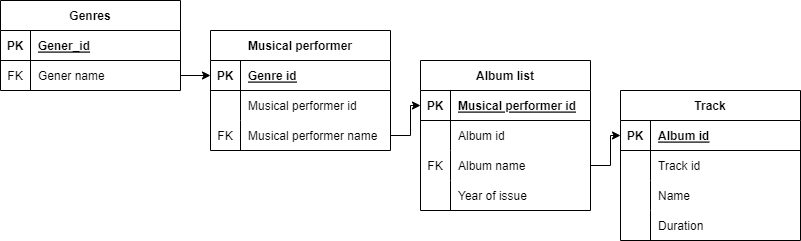
The draw.io diagram Music site.drawio.png in VadimRoziznan/Music-site, before a commit. Source tidied: cells renumbered, new cells last; positions are measured from the earlier drawing's top-left corner, leaving out a move shared by most shapes.
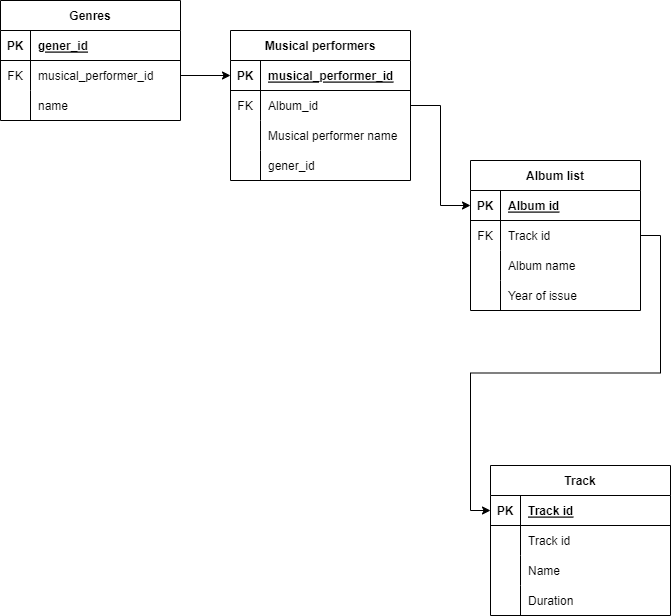
Later version of the same file.

The edit, as a diff of the source:
```diff
@@ -3,7 +3,7 @@
     <mxCell id="0" />
     <mxCell id="1" parent="0" />
     <mxCell id="2" value="Genres" style="shape=table;startSize=30;rowLines=0;fontStyle=1;align=center;" parent="1" vertex="1">
-      <mxGeometry width="180" height="90" as="geometry" />
+      <mxGeometry width="180" height="120" as="geometry" />
     </mxCell>
     <mxCell id="3" style="shape=tableRow;horizontal=0;startSize=0;swimlaneHead=0;swimlaneBody=0;fillColor=none;top=0;left=0;right=0;bottom=1;" parent="2" vertex="1">
       <mxGeometry y="30" width="180" height="30" as="geometry" />
@@ -11,7 +11,7 @@
     <mxCell id="4" value="PK" style="shape=partialRectangle;fillColor=none;top=0;left=0;bottom=0;right=0;fontStyle=1;overflow=hidden;" parent="3" vertex="1">
       <mxGeometry width="30" height="30" as="geometry" />
     </mxCell>
-    <mxCell id="5" value="Gener_id" style="shape=partialRectangle;fillColor=none;top=0;left=0;bottom=0;right=0;align=left;spacingLeft=6;fontStyle=5;overflow=hidden;" parent="3" vertex="1">
+    <mxCell id="5" value="gener_id" style="shape=partialRectangle;fillColor=none;top=0;left=0;bottom=0;right=0;align=left;spacingLeft=6;fontStyle=5;overflow=hidden;" parent="3" vertex="1">
       <mxGeometry x="30" width="150" height="30" as="geometry" />
     </mxCell>
     <mxCell id="6" style="shape=tableRow;horizontal=0;startSize=0;swimlaneHead=0;swimlaneBody=0;fillColor=none;points=[[0,0.5],[1,0.5]];portConstraint=eastwest;top=0;left=0;right=0;bottom=0;" parent="2" vertex="1">
@@ -20,11 +20,20 @@
     <mxCell id="7" value="FK" style="shape=partialRectangle;fillColor=none;top=0;left=0;bottom=0;right=0;overflow=hidden;" parent="6" vertex="1">
       <mxGeometry width="30" height="30" as="geometry" />
     </mxCell>
-    <mxCell id="8" value="Gener name" style="shape=partialRectangle;fillColor=none;top=0;left=0;bottom=0;right=0;align=left;spacingLeft=6;overflow=hidden;" parent="6" vertex="1">
+    <mxCell id="8" value="musical_performer_id" style="shape=partialRectangle;fillColor=none;top=0;left=0;bottom=0;right=0;align=left;spacingLeft=6;overflow=hidden;" parent="6" vertex="1">
       <mxGeometry x="30" width="150" height="30" as="geometry" />
     </mxCell>
+    <mxCell id="49" style="shape=tableRow;horizontal=0;startSize=0;swimlaneHead=0;swimlaneBody=0;fillColor=none;top=0;left=0;right=0;bottom=0;" parent="2" vertex="1">
+      <mxGeometry y="90" width="180" height="30" as="geometry" />
+    </mxCell>
+    <mxCell id="50" style="shape=partialRectangle;fillColor=none;top=0;left=0;bottom=0;right=0;overflow=hidden;" parent="49" vertex="1">
+      <mxGeometry width="30" height="30" as="geometry" />
+    </mxCell>
+    <mxCell id="51" value="name" style="shape=partialRectangle;fillColor=none;top=0;left=0;bottom=0;right=0;align=left;spacingLeft=6;overflow=hidden;" parent="49" vertex="1">
+      <mxGeometry x="30" width="150" height="30" as="geometry" />
+    </mxCell>
-    <mxCell id="9" value="Musical performer" style="shape=table;startSize=30;rowLines=0;fontStyle=1;align=center;strokeColor=default;fontFamily=Helvetica;fontSize=12;fontColor=default;fillColor=none;" parent="1" vertex="1">
-      <mxGeometry x="210" y="30" width="180" height="120" as="geometry" />
+    <mxCell id="9" value="Musical performers" style="shape=table;startSize=30;rowLines=0;fontStyle=1;align=center;strokeColor=default;fontFamily=Helvetica;fontSize=12;fontColor=default;fillColor=none;" parent="1" vertex="1">
+      <mxGeometry x="230" y="30" width="180" height="150" as="geometry" />
     </mxCell>
     <mxCell id="10" style="shape=tableRow;horizontal=0;startSize=0;swimlaneHead=0;swimlaneBody=0;fillColor=none;points=[[0,0.5],[1,0.5]];portConstraint=eastwest;top=0;left=0;right=0;bottom=1;strokeColor=default;fontFamily=Helvetica;fontSize=12;fontColor=default;" parent="9" vertex="1">
       <mxGeometry y="30" width="180" height="30" as="geometry" />
@@ -32,29 +41,38 @@
     <mxCell id="11" value="PK" style="shape=partialRectangle;fillColor=none;top=0;left=0;bottom=0;right=0;fontStyle=1;overflow=hidden;strokeColor=default;fontFamily=Helvetica;fontSize=12;fontColor=default;" parent="10" vertex="1">
       <mxGeometry width="30" height="30" as="geometry" />
     </mxCell>
-    <mxCell id="12" value="Genre id" style="shape=partialRectangle;fillColor=none;top=0;left=0;bottom=0;right=0;align=left;spacingLeft=6;fontStyle=5;overflow=hidden;strokeColor=default;fontFamily=Helvetica;fontSize=12;fontColor=default;" parent="10" vertex="1">
+    <mxCell id="12" value="musical_performer_id" style="shape=partialRectangle;fillColor=none;top=0;left=0;bottom=0;right=0;align=left;spacingLeft=6;fontStyle=5;overflow=hidden;strokeColor=default;fontFamily=Helvetica;fontSize=12;fontColor=default;" parent="10" vertex="1">
       <mxGeometry x="30" width="150" height="30" as="geometry" />
     </mxCell>
     <mxCell id="13" style="shape=tableRow;horizontal=0;startSize=0;swimlaneHead=0;swimlaneBody=0;fillColor=none;points=[[0,0.5],[1,0.5]];portConstraint=eastwest;top=0;left=0;right=0;bottom=0;strokeColor=default;fontFamily=Helvetica;fontSize=12;fontColor=default;" parent="9" vertex="1">
       <mxGeometry y="60" width="180" height="30" as="geometry" />
     </mxCell>
-    <mxCell id="14" style="shape=partialRectangle;fillColor=none;top=0;left=0;bottom=0;right=0;overflow=hidden;strokeColor=default;fontFamily=Helvetica;fontSize=12;fontColor=default;" parent="13" vertex="1">
+    <mxCell id="14" value="FK" style="shape=partialRectangle;fillColor=none;top=0;left=0;bottom=0;right=0;overflow=hidden;strokeColor=default;fontFamily=Helvetica;fontSize=12;fontColor=default;" parent="13" vertex="1">
       <mxGeometry width="30" height="30" as="geometry" />
     </mxCell>
-    <mxCell id="15" value="Musical performer id" style="shape=partialRectangle;fillColor=none;top=0;left=0;bottom=0;right=0;align=left;spacingLeft=6;overflow=hidden;strokeColor=default;fontFamily=Helvetica;fontSize=12;fontColor=default;" parent="13" vertex="1">
+    <mxCell id="15" value="Album_id" style="shape=partialRectangle;fillColor=none;top=0;left=0;bottom=0;right=0;align=left;spacingLeft=6;overflow=hidden;strokeColor=default;fontFamily=Helvetica;fontSize=12;fontColor=default;" parent="13" vertex="1">
       <mxGeometry x="30" width="150" height="30" as="geometry" />
     </mxCell>
     <mxCell id="16" style="shape=tableRow;horizontal=0;startSize=0;swimlaneHead=0;swimlaneBody=0;fillColor=none;points=[[0,0.5],[1,0.5]];portConstraint=eastwest;top=0;left=0;right=0;bottom=0;strokeColor=default;fontFamily=Helvetica;fontSize=12;fontColor=default;" parent="9" vertex="1">
       <mxGeometry y="90" width="180" height="30" as="geometry" />
     </mxCell>
-    <mxCell id="17" value="FK" style="shape=partialRectangle;fillColor=none;top=0;left=0;bottom=0;right=0;overflow=hidden;strokeColor=default;fontFamily=Helvetica;fontSize=12;fontColor=default;" parent="16" vertex="1">
+    <mxCell id="17" style="shape=partialRectangle;fillColor=none;top=0;left=0;bottom=0;right=0;overflow=hidden;strokeColor=default;fontFamily=Helvetica;fontSize=12;fontColor=default;" parent="16" vertex="1">
       <mxGeometry width="30" height="30" as="geometry" />
     </mxCell>
     <mxCell id="18" value="Musical performer name" style="shape=partialRectangle;fillColor=none;top=0;left=0;bottom=0;right=0;align=left;spacingLeft=6;overflow=hidden;strokeColor=default;fontFamily=Helvetica;fontSize=12;fontColor=default;" parent="16" vertex="1">
       <mxGeometry x="30" width="150" height="30" as="geometry" />
     </mxCell>
+    <mxCell id="52" style="shape=tableRow;horizontal=0;startSize=0;swimlaneHead=0;swimlaneBody=0;fillColor=none;top=0;left=0;right=0;bottom=0;strokeColor=default;fontFamily=Helvetica;fontSize=12;fontColor=default;" parent="9" vertex="1">
+      <mxGeometry y="120" width="180" height="30" as="geometry" />
+    </mxCell>
+    <mxCell id="53" style="shape=partialRectangle;fillColor=none;top=0;left=0;bottom=0;right=0;overflow=hidden;strokeColor=default;fontFamily=Helvetica;fontSize=12;fontColor=default;" parent="52" vertex="1">
+      <mxGeometry width="30" height="30" as="geometry" />
+    </mxCell>
+    <mxCell id="54" value="gener_id" style="shape=partialRectangle;fillColor=none;top=0;left=0;bottom=0;right=0;align=left;spacingLeft=6;overflow=hidden;strokeColor=default;fontFamily=Helvetica;fontSize=12;fontColor=default;" parent="52" vertex="1">
+      <mxGeometry x="30" width="150" height="30" as="geometry" />
+    </mxCell>
     <mxCell id="19" value="Album list" style="shape=table;startSize=30;rowLines=0;fontStyle=1;align=center;strokeColor=default;fontFamily=Helvetica;fontSize=12;fontColor=default;fillColor=none;" parent="1" vertex="1">
-      <mxGeometry x="420" y="60" width="170" height="150" as="geometry" />
+      <mxGeometry x="470" y="160" width="170" height="150" as="geometry" />
     </mxCell>
     <mxCell id="20" style="shape=tableRow;horizontal=0;startSize=0;swimlaneHead=0;swimlaneBody=0;fillColor=none;points=[[0,0.5],[1,0.5]];portConstraint=eastwest;top=0;left=0;right=0;bottom=1;strokeColor=default;fontFamily=Helvetica;fontSize=12;fontColor=default;" parent="19" vertex="1">
       <mxGeometry y="30" width="170" height="30" as="geometry" />
@@ -62,22 +80,22 @@
     <mxCell id="21" value="PK" style="shape=partialRectangle;fillColor=none;top=0;left=0;bottom=0;right=0;fontStyle=1;overflow=hidden;strokeColor=default;fontFamily=Helvetica;fontSize=12;fontColor=default;" parent="20" vertex="1">
       <mxGeometry width="30" height="30" as="geometry" />
     </mxCell>
-    <mxCell id="22" value="Musical performer id" style="shape=partialRectangle;fillColor=none;top=0;left=0;bottom=0;right=0;align=left;spacingLeft=6;fontStyle=5;overflow=hidden;strokeColor=default;fontFamily=Helvetica;fontSize=12;fontColor=default;" parent="20" vertex="1">
+    <mxCell id="22" value="Album id" style="shape=partialRectangle;fillColor=none;top=0;left=0;bottom=0;right=0;align=left;spacingLeft=6;fontStyle=5;overflow=hidden;strokeColor=default;fontFamily=Helvetica;fontSize=12;fontColor=default;" parent="20" vertex="1">
       <mxGeometry x="30" width="140" height="30" as="geometry" />
     </mxCell>
     <mxCell id="23" style="shape=tableRow;horizontal=0;startSize=0;swimlaneHead=0;swimlaneBody=0;fillColor=none;points=[[0,0.5],[1,0.5]];portConstraint=eastwest;top=0;left=0;right=0;bottom=0;strokeColor=default;fontFamily=Helvetica;fontSize=12;fontColor=default;" parent="19" vertex="1">
       <mxGeometry y="60" width="170" height="30" as="geometry" />
     </mxCell>
-    <mxCell id="24" style="shape=partialRectangle;fillColor=none;top=0;left=0;bottom=0;right=0;overflow=hidden;strokeColor=default;fontFamily=Helvetica;fontSize=12;fontColor=default;" parent="23" vertex="1">
+    <mxCell id="24" value="FK" style="shape=partialRectangle;fillColor=none;top=0;left=0;bottom=0;right=0;overflow=hidden;strokeColor=default;fontFamily=Helvetica;fontSize=12;fontColor=default;" parent="23" vertex="1">
       <mxGeometry width="30" height="30" as="geometry" />
     </mxCell>
-    <mxCell id="25" value="Album id" style="shape=partialRectangle;fillColor=none;top=0;left=0;bottom=0;right=0;align=left;spacingLeft=6;overflow=hidden;strokeColor=default;fontFamily=Helvetica;fontSize=12;fontColor=default;" parent="23" vertex="1">
+    <mxCell id="25" value="Track id" style="shape=partialRectangle;fillColor=none;top=0;left=0;bottom=0;right=0;align=left;spacingLeft=6;overflow=hidden;strokeColor=default;fontFamily=Helvetica;fontSize=12;fontColor=default;" parent="23" vertex="1">
       <mxGeometry x="30" width="140" height="30" as="geometry" />
     </mxCell>
     <mxCell id="26" style="shape=tableRow;horizontal=0;startSize=0;swimlaneHead=0;swimlaneBody=0;fillColor=none;points=[[0,0.5],[1,0.5]];portConstraint=eastwest;top=0;left=0;right=0;bottom=0;strokeColor=default;fontFamily=Helvetica;fontSize=12;fontColor=default;" parent="19" vertex="1">
       <mxGeometry y="90" width="170" height="30" as="geometry" />
     </mxCell>
-    <mxCell id="27" value="FK" style="shape=partialRectangle;fillColor=none;top=0;left=0;bottom=0;right=0;overflow=hidden;strokeColor=default;fontFamily=Helvetica;fontSize=12;fontColor=default;" parent="26" vertex="1">
+    <mxCell id="27" style="shape=partialRectangle;fillColor=none;top=0;left=0;bottom=0;right=0;overflow=hidden;strokeColor=default;fontFamily=Helvetica;fontSize=12;fontColor=default;" parent="26" vertex="1">
       <mxGeometry width="30" height="30" as="geometry" />
     </mxCell>
     <mxCell id="28" value="Album name" style="shape=partialRectangle;fillColor=none;top=0;left=0;bottom=0;right=0;align=left;spacingLeft=6;overflow=hidden;strokeColor=default;fontFamily=Helvetica;fontSize=12;fontColor=default;" parent="26" vertex="1">
@@ -99,7 +117,7 @@
       <mxGeometry relative="1" as="geometry" />
     </mxCell>
     <mxCell id="34" value="Track" style="shape=table;startSize=30;rowLines=0;fontStyle=1;align=center;" parent="1" vertex="1">
-      <mxGeometry x="620" y="90" width="180" height="150" as="geometry" />
+      <mxGeometry x="490" y="465" width="180" height="150" as="geometry" />
     </mxCell>
     <mxCell id="35" style="shape=tableRow;horizontal=0;startSize=0;swimlaneHead=0;swimlaneBody=0;fillColor=none;points=[[0,0.5],[1,0.5]];portConstraint=eastwest;top=0;left=0;right=0;bottom=1;" parent="34" vertex="1">
       <mxGeometry y="30" width="180" height="30" as="geometry" />
@@ -107,7 +125,7 @@
     <mxCell id="36" value="PK" style="shape=partialRectangle;fillColor=none;top=0;left=0;bottom=0;right=0;fontStyle=1;overflow=hidden;" parent="35" vertex="1">
       <mxGeometry width="30" height="30" as="geometry" />
     </mxCell>
-    <mxCell id="37" value="Album id" style="shape=partialRectangle;fillColor=none;top=0;left=0;bottom=0;right=0;align=left;spacingLeft=6;fontStyle=5;overflow=hidden;" parent="35" vertex="1">
+    <mxCell id="37" value="Track id" style="shape=partialRectangle;fillColor=none;top=0;left=0;bottom=0;right=0;align=left;spacingLeft=6;fontStyle=5;overflow=hidden;" parent="35" vertex="1">
       <mxGeometry x="30" width="150" height="30" as="geometry" />
     </mxCell>
     <mxCell id="38" style="shape=tableRow;horizontal=0;startSize=0;swimlaneHead=0;swimlaneBody=0;fillColor=none;top=0;left=0;right=0;bottom=0;" parent="34" vertex="1">
@@ -137,11 +155,11 @@
     <mxCell id="46" value="Duration" style="shape=partialRectangle;fillColor=none;top=0;left=0;bottom=0;right=0;align=left;spacingLeft=6;overflow=hidden;" parent="44" vertex="1">
       <mxGeometry x="30" width="150" height="30" as="geometry" />
     </mxCell>
-    <mxCell id="47" style="edgeStyle=orthogonalEdgeStyle;rounded=0;jettySize=auto;html=1;exitX=1;exitY=0.5;exitDx=0;exitDy=0;entryX=0;entryY=0.5;entryDx=0;entryDy=0;" parent="1" edge="1" source="16" target="20">
-      <mxGeometry relative="1" as="geometry" />
-    </mxCell>
-    <mxCell id="48" style="edgeStyle=orthogonalEdgeStyle;rounded=0;jettySize=auto;html=1;exitX=1;exitY=0.5;exitDx=0;exitDy=0;entryX=0;entryY=0.5;entryDx=0;entryDy=0;" parent="1" edge="1" source="26" target="35">
-      <mxGeometry relative="1" as="geometry" />
-    </mxCell>
+    <mxCell id="55" style="edgeStyle=orthogonalEdgeStyle;rounded=0;jettySize=auto;html=1;exitX=1;exitY=0.5;exitDx=0;exitDy=0;entryX=0;entryY=0.5;entryDx=0;entryDy=0;" parent="1" edge="1" source="13" target="20">
+      <mxGeometry relative="1" as="geometry" />
+    </mxCell>
+    <mxCell id="56" style="edgeStyle=orthogonalEdgeStyle;rounded=0;jettySize=auto;html=1;exitX=1;exitY=0.5;exitDx=0;exitDy=0;entryX=0;entryY=0.5;entryDx=0;entryDy=0;" parent="1" edge="1" source="23" target="35">
+      <mxGeometry relative="1" as="geometry" />
+    </mxCell>
   </root>
 </mxGraphModel>
```
